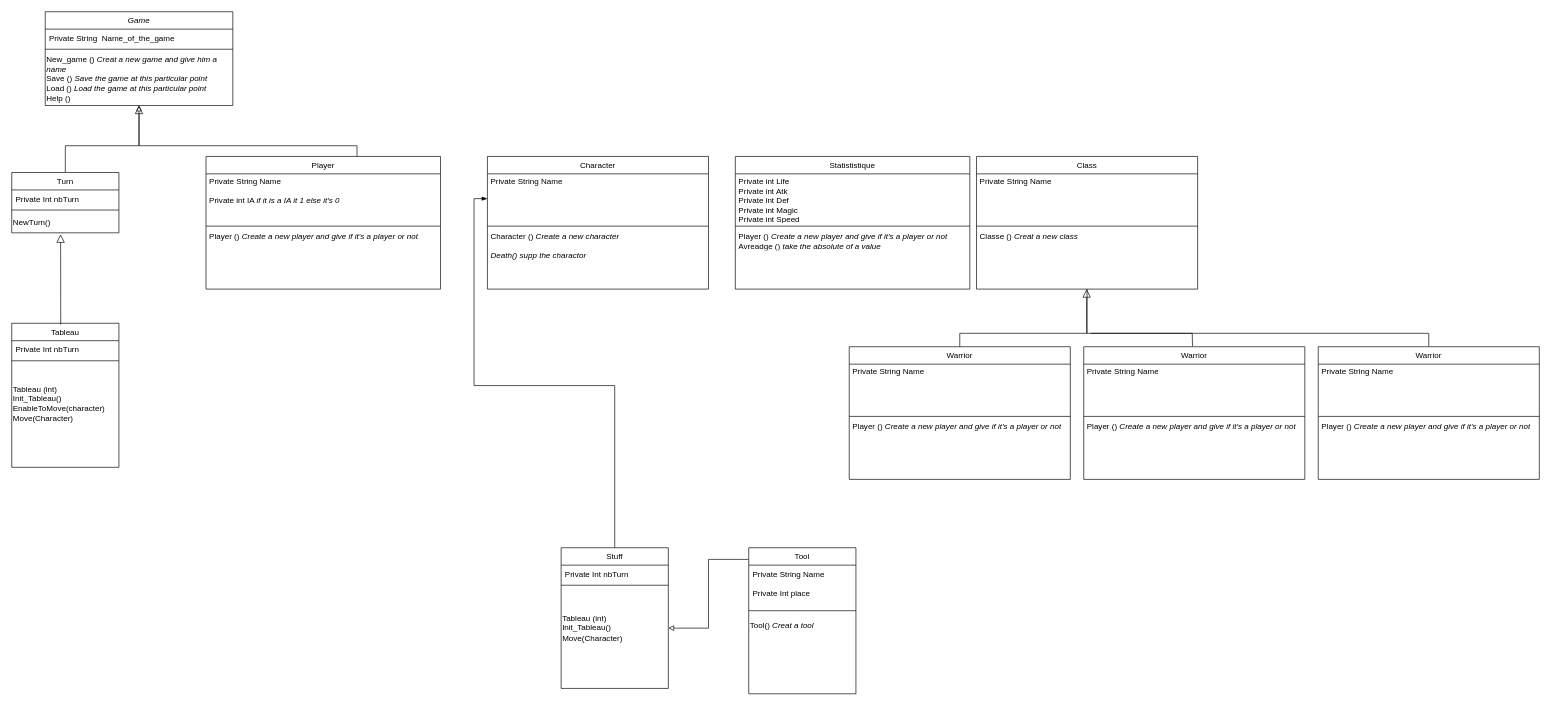
Robaur/FE_like_V2 keeps this draw.io diagram as Software/Puzzel_part/Diagramme sans nom.drawio. Above is the earlier version. Source tidied: cells renumbered, new cells numbered last; positions are measured from the earlier drawing's top-left corner, leaving out a move shared by most shapes. Both pictures are drawn from the tidied source at 67%, with x=0, y=0 at pixel (11, 11).
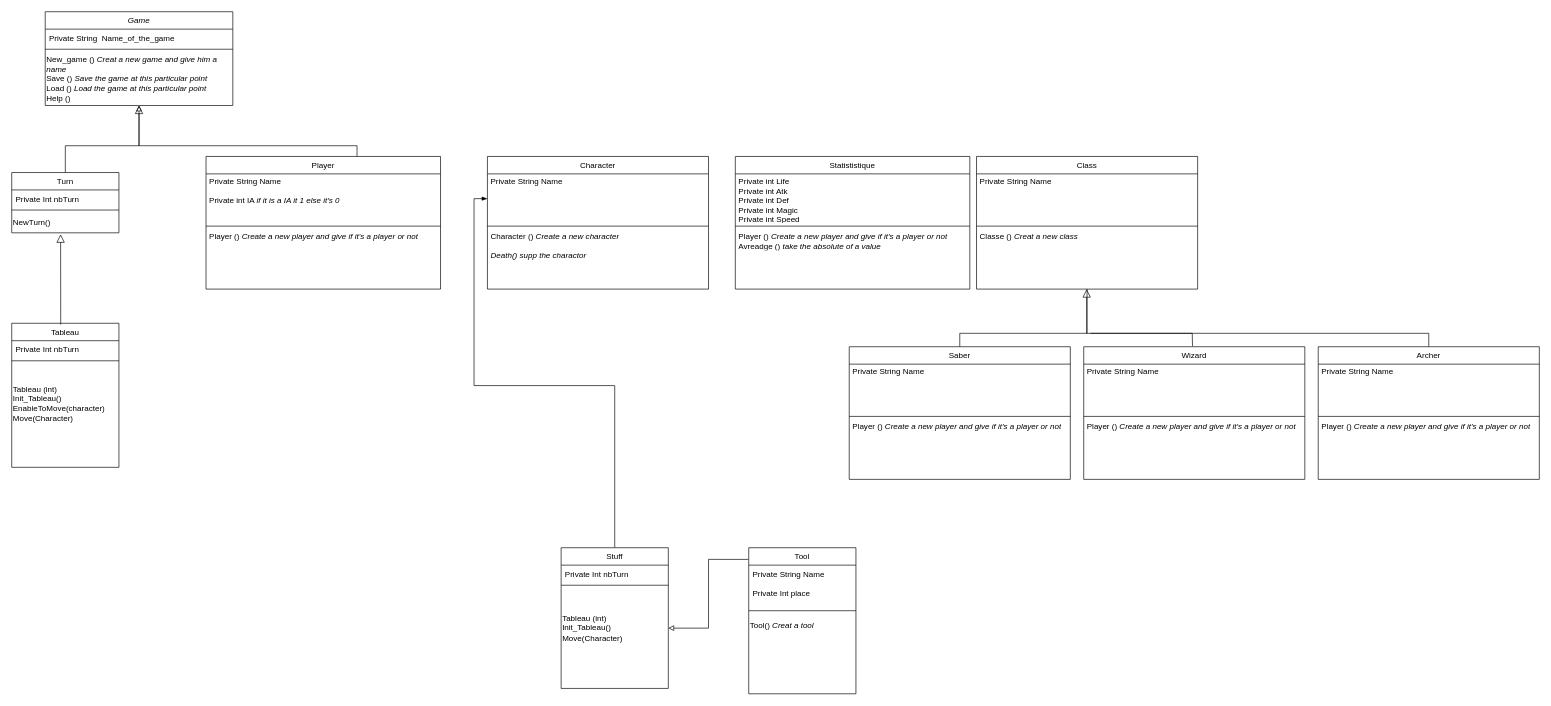
Above is the later version.

Change to the diagram source:
```diff
@@
-    <mxCell id="29" value="Warrior" style="swimlane;fontStyle=0;align=center;verticalAlign=top;horizontal=1;startSize=26;rounded=0;shadow=0;strokeWidth=1;" parent="1" vertex="1">
+    <mxCell id="29" value="Archer" style="swimlane;fontStyle=0;align=center;verticalAlign=top;horizontal=1;startSize=26;rounded=0;shadow=0;strokeWidth=1;" parent="1" vertex="1">
       <mxGeometry x="1950" y="500" width="330" height="198" as="geometry" />
     </mxCell>
@@
-    <mxCell id="33" value="Warrior" style="swimlane;fontStyle=0;align=center;verticalAlign=top;horizontal=1;startSize=26;rounded=0;shadow=0;strokeWidth=1;" parent="1" vertex="1">
+    <mxCell id="33" value="Wizard&#10;" style="swimlane;fontStyle=0;align=center;verticalAlign=top;horizontal=1;startSize=26;rounded=0;shadow=0;strokeWidth=1;" parent="1" vertex="1">
       <mxGeometry x="1600" y="500" width="330" height="198" as="geometry" />
     </mxCell>
@@
-    <mxCell id="37" value="Warrior" style="swimlane;fontStyle=0;align=center;verticalAlign=top;horizontal=1;startSize=26;rounded=0;shadow=0;strokeWidth=1;" parent="1" vertex="1">
+    <mxCell id="37" value="Saber" style="swimlane;fontStyle=0;align=center;verticalAlign=top;horizontal=1;startSize=26;rounded=0;shadow=0;strokeWidth=1;" parent="1" vertex="1">
       <mxGeometry x="1250" y="500" width="330" height="198" as="geometry" />
     </mxCell>
```
